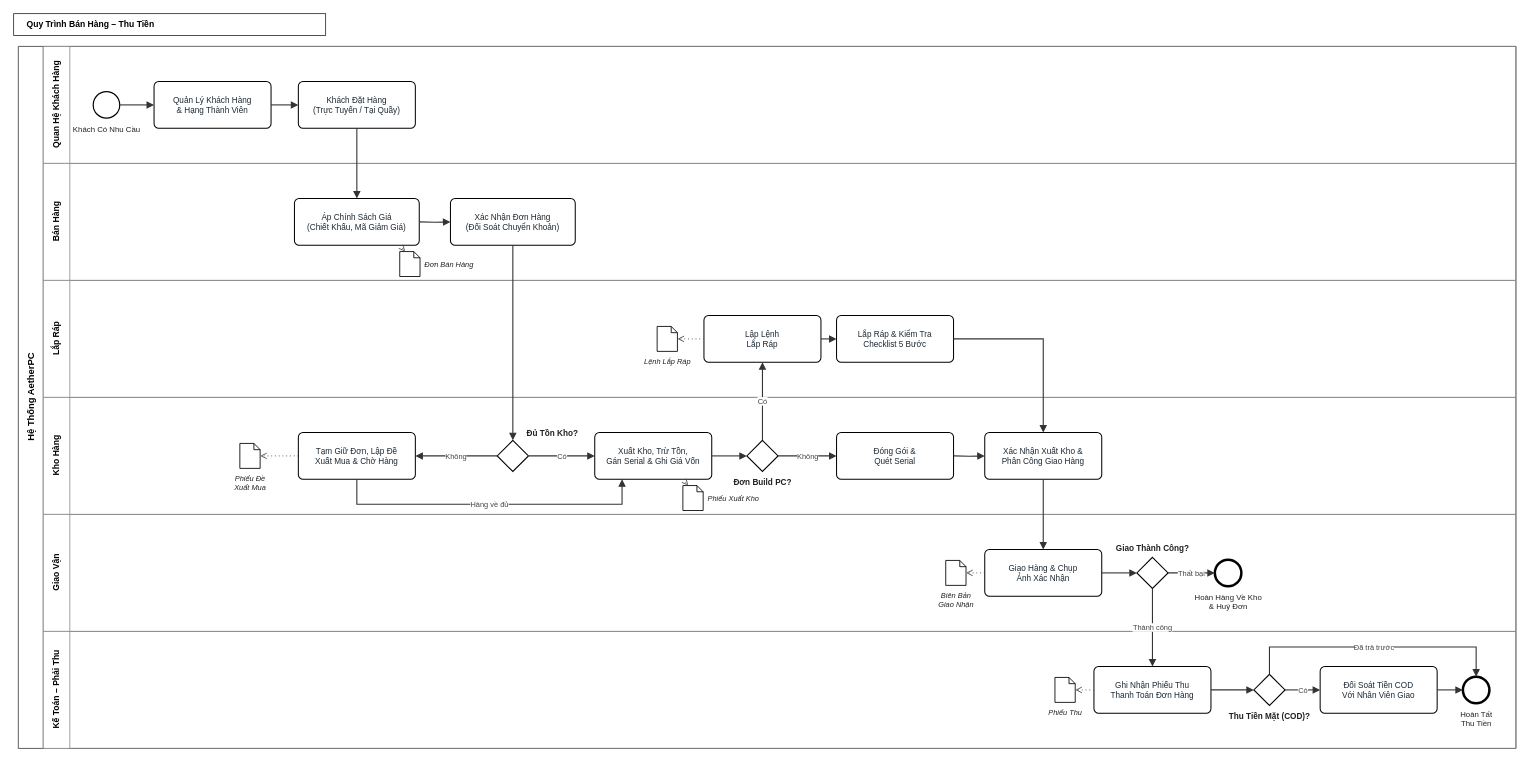
Earlier version of the draw.io diagram docs/diagrams/bpmn/quy_trinh_banhang_thutien.drawio (hoangmkid12/ERP_AetherPC). Source tidied: cells renumbered, new cells numbered last; positions are measured from the earlier drawing's top-left corner, leaving out a move shared by most shapes. Both pictures are drawn from the tidied source at 78%, with x=0, y=0 at pixel (13, 13).
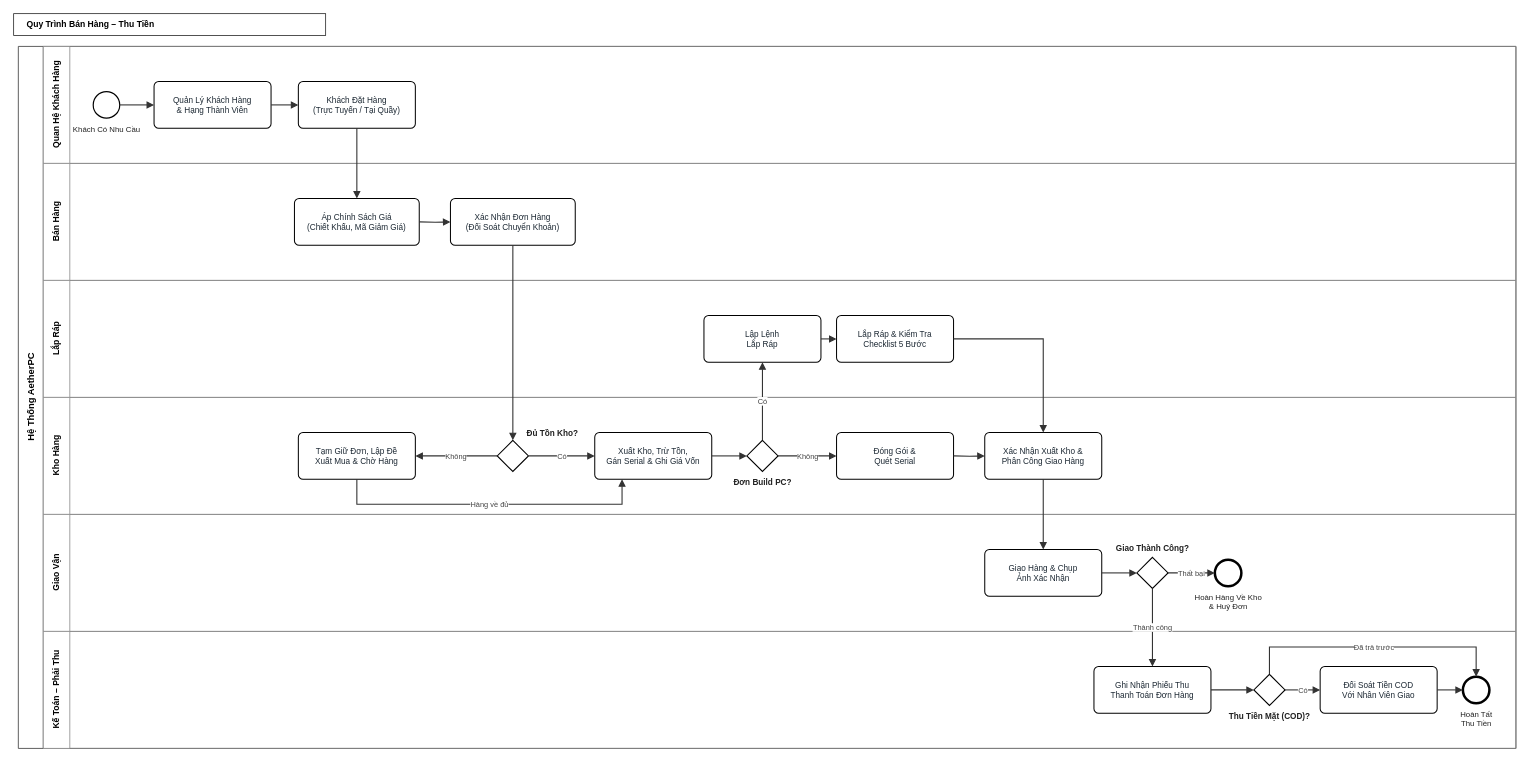
The same diagram, later.

The edit, as a diff of the source:
```diff
@@
-    <mxCell id="15" style="shape=note;whiteSpace=wrap;html=1;size=8;fillColor=#FFFFFF;strokeColor=#000000;strokeWidth=1.1;" parent="1" vertex="1">
-      <mxGeometry x="495" y="305" width="26" height="32" as="geometry" />
-    </mxCell>
-    <mxCell id="16" value="Đơn Bán Hàng" style="text;html=1;align=left;verticalAlign=middle;strokeColor=none;fillColor=none;fontSize=9.5;fontColor=#222222;fontStyle=2;" parent="1" vertex="1">
-      <mxGeometry x="525" y="307" width="110" height="28" as="geometry" />
-    </mxCell>
-    <mxCell id="17" style="endArrow=open;endSize=6;dashed=1;dashPattern=1 3;html=1;strokeColor=#555555;strokeWidth=1.2;" parent="1" edge="1">
-      <mxGeometry relative="1" as="geometry">
-        <mxPoint x="495" y="297" as="sourcePoint" />
-        <mxPoint x="502" y="305" as="targetPoint" />
-      </mxGeometry>
-    </mxCell>
@@
-    <mxCell id="22" style="shape=note;whiteSpace=wrap;html=1;size=8;fillColor=#FFFFFF;strokeColor=#000000;strokeWidth=1.1;" parent="1" vertex="1">
-      <mxGeometry x="290" y="551" width="26" height="32" as="geometry" />
-    </mxCell>
-    <mxCell id="23" value="Phiếu Đề&lt;br/&gt;Xuất Mua" style="text;html=1;align=center;verticalAlign=top;strokeColor=none;fillColor=none;fontSize=9.5;fontColor=#222222;fontStyle=2;" parent="1" vertex="1">
-      <mxGeometry x="248" y="584" width="110" height="26" as="geometry" />
-    </mxCell>
-    <mxCell id="24" style="endArrow=open;endSize=6;dashed=1;dashPattern=1 3;html=1;strokeColor=#555555;strokeWidth=1.2;" parent="1" edge="1">
-      <mxGeometry relative="1" as="geometry">
-        <mxPoint x="365" y="567" as="sourcePoint" />
-        <mxPoint x="316" y="567" as="targetPoint" />
-      </mxGeometry>
-    </mxCell>
@@
-    <mxCell id="26" style="shape=note;whiteSpace=wrap;html=1;size=8;fillColor=#FFFFFF;strokeColor=#000000;strokeWidth=1.1;" parent="1" vertex="1">
-      <mxGeometry x="858" y="605" width="26" height="32" as="geometry" />
-    </mxCell>
-    <mxCell id="27" value="Phiếu Xuất Kho" style="text;html=1;align=left;verticalAlign=middle;strokeColor=none;fillColor=none;fontSize=9.5;fontColor=#222222;fontStyle=2;" parent="1" vertex="1">
-      <mxGeometry x="888" y="607" width="110" height="28" as="geometry" />
-    </mxCell>
-    <mxCell id="28" style="endArrow=open;endSize=6;dashed=1;dashPattern=1 3;html=1;strokeColor=#555555;strokeWidth=1.2;" parent="1" edge="1">
-      <mxGeometry relative="1" as="geometry">
-        <mxPoint x="858" y="597" as="sourcePoint" />
-        <mxPoint x="865" y="605" as="targetPoint" />
-      </mxGeometry>
-    </mxCell>
@@
-    <mxCell id="34" style="shape=note;whiteSpace=wrap;html=1;size=8;fillColor=#FFFFFF;strokeColor=#000000;strokeWidth=1.1;" parent="1" vertex="1">
-      <mxGeometry x="825" y="401" width="26" height="32" as="geometry" />
-    </mxCell>
-    <mxCell id="35" value="Lệnh Lắp Ráp" style="text;html=1;align=center;verticalAlign=top;strokeColor=none;fillColor=none;fontSize=9.5;fontColor=#222222;fontStyle=2;" parent="1" vertex="1">
-      <mxGeometry x="783" y="434" width="110" height="26" as="geometry" />
-    </mxCell>
-    <mxCell id="36" style="endArrow=open;endSize=6;dashed=1;dashPattern=1 3;html=1;strokeColor=#555555;strokeWidth=1.2;" parent="1" edge="1">
-      <mxGeometry relative="1" as="geometry">
-        <mxPoint x="885" y="417" as="sourcePoint" />
-        <mxPoint x="851" y="417" as="targetPoint" />
-      </mxGeometry>
-    </mxCell>
@@
-    <mxCell id="39" style="shape=note;whiteSpace=wrap;html=1;size=8;fillColor=#FFFFFF;strokeColor=#000000;strokeWidth=1.1;" parent="1" vertex="1">
-      <mxGeometry x="1195" y="701" width="26" height="32" as="geometry" />
-    </mxCell>
-    <mxCell id="40" value="Biên Bản&lt;br/&gt;Giao Nhận" style="text;html=1;align=center;verticalAlign=top;strokeColor=none;fillColor=none;fontSize=9.5;fontColor=#222222;fontStyle=2;" parent="1" vertex="1">
-      <mxGeometry x="1153" y="734" width="110" height="26" as="geometry" />
-    </mxCell>
-    <mxCell id="41" style="endArrow=open;endSize=6;dashed=1;dashPattern=1 3;html=1;strokeColor=#555555;strokeWidth=1.2;" parent="1" edge="1">
-      <mxGeometry relative="1" as="geometry">
-        <mxPoint x="1245" y="717" as="sourcePoint" />
-        <mxPoint x="1221" y="717" as="targetPoint" />
-      </mxGeometry>
-    </mxCell>
@@
-    <mxCell id="47" style="shape=note;whiteSpace=wrap;html=1;size=8;fillColor=#FFFFFF;strokeColor=#000000;strokeWidth=1.1;" parent="1" vertex="1">
-      <mxGeometry x="1335" y="851" width="26" height="32" as="geometry" />
-    </mxCell>
-    <mxCell id="48" value="Phiếu Thu" style="text;html=1;align=center;verticalAlign=top;strokeColor=none;fillColor=none;fontSize=9.5;fontColor=#222222;fontStyle=2;" parent="1" vertex="1">
-      <mxGeometry x="1293" y="884" width="110" height="26" as="geometry" />
-    </mxCell>
-    <mxCell id="49" style="endArrow=open;endSize=6;dashed=1;dashPattern=1 3;html=1;strokeColor=#555555;strokeWidth=1.2;" parent="1" edge="1">
-      <mxGeometry relative="1" as="geometry">
-        <mxPoint x="1385" y="867" as="sourcePoint" />
-        <mxPoint x="1361" y="867" as="targetPoint" />
-      </mxGeometry>
-    </mxCell>
```
